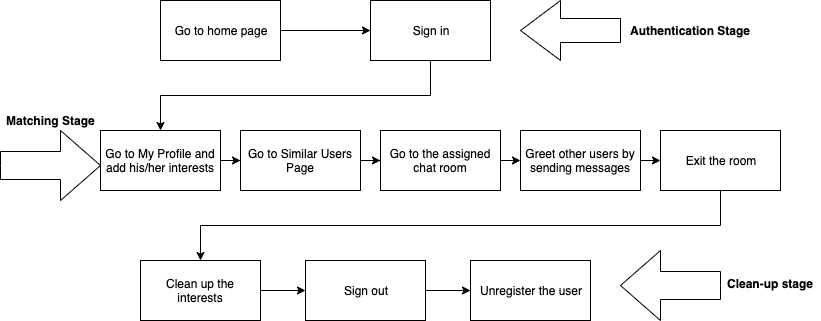
This is tsung/Critical Path.png from scalableinternetservicesarchive/arkamatch, a draw.io export, as it was before one commit. Source tidied: cells renumbered, new cells last; positions are measured from the earlier drawing's top-left corner, leaving out a move shared by most shapes.
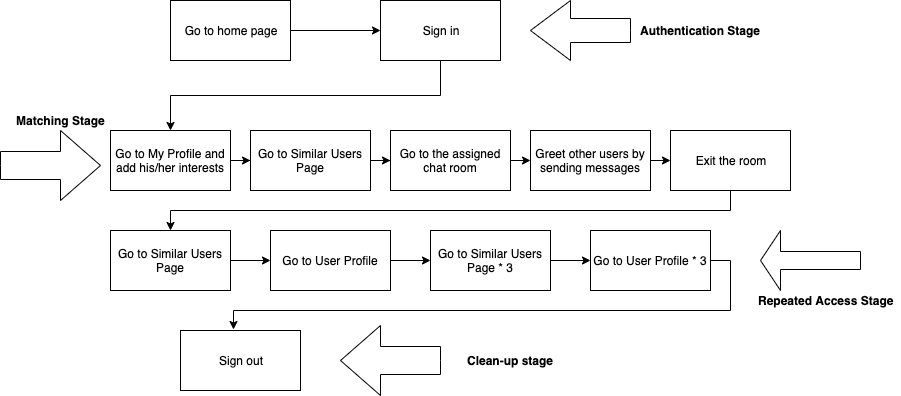
The same file after the commit.

Commit message:
Added Repeated Access Stage to measure memcache performance; Remove bogus sign in requests

What changed in the source:
```diff
@@ -26,21 +26,12 @@
     <mxCell id="9" value="Greet other users by sending messages" style="rounded=0;whiteSpace=wrap;html=1;" parent="1" vertex="1">
       <mxGeometry x="520" y="130" width="120" height="60" as="geometry" />
     </mxCell>
-    <mxCell id="10" style="edgeStyle=orthogonalEdgeStyle;rounded=0;jettySize=auto;html=1;exitX=0.5;exitY=1;exitDx=0;exitDy=0;entryX=0.5;entryY=0;entryDx=0;entryDy=0;" parent="1" edge="1" source="11" target="13">
-      <mxGeometry relative="1" as="geometry" />
-    </mxCell>
+    <mxCell id="27" style="edgeStyle=orthogonalEdgeStyle;rounded=0;jettySize=auto;html=1;exitX=0.5;exitY=1;exitDx=0;exitDy=0;" parent="1" edge="1" source="11" target="29">
+      <mxGeometry relative="1" as="geometry" />
+    </mxCell>
     <mxCell id="11" value="Exit the room" style="rounded=0;whiteSpace=wrap;html=1;" parent="1" vertex="1">
       <mxGeometry x="660" y="130" width="120" height="60" as="geometry" />
     </mxCell>
-    <mxCell id="12" style="edgeStyle=orthogonalEdgeStyle;rounded=0;jettySize=auto;html=1;exitX=1;exitY=0.5;exitDx=0;exitDy=0;" parent="1" edge="1" source="21" target="14">
-      <mxGeometry relative="1" as="geometry" />
-    </mxCell>
-    <mxCell id="13" value="Clean up the interests" style="rounded=0;whiteSpace=wrap;html=1;" parent="1" vertex="1">
-      <mxGeometry x="140" y="260" width="120" height="60" as="geometry" />
-    </mxCell>
-    <mxCell id="14" value="Unregister the user" style="rounded=0;whiteSpace=wrap;html=1;" parent="1" vertex="1">
-      <mxGeometry x="470" y="260" width="120" height="60" as="geometry" />
-    </mxCell>
     <mxCell id="15" style="html=1;shadow=0;dashed=0;align=center;verticalAlign=middle;shape=mxgraph.arrows2.arrow;dy=0.6;dx=40;flipH=1;notch=0;" parent="1" vertex="1">
       <mxGeometry x="520" width="100" height="60" as="geometry" />
     </mxCell>
@@ -51,20 +42,14 @@
       <mxGeometry y="110" width="100" height="20" as="geometry" />
     </mxCell>
     <mxCell id="18" style="html=1;shadow=0;dashed=0;align=center;verticalAlign=middle;shape=mxgraph.arrows2.arrow;dy=0.6;dx=40;notch=0;" parent="1" vertex="1">
-      <mxGeometry y="130" width="100" height="70" as="geometry" />
+      <mxGeometry x="-10" y="130" width="100" height="70" as="geometry" />
     </mxCell>
     <mxCell id="19" style="html=1;shadow=0;dashed=0;align=center;verticalAlign=middle;shape=mxgraph.arrows2.arrow;dy=0.6;dx=40;flipH=1;notch=0;" parent="1" vertex="1">
-      <mxGeometry x="620" y="250" width="100" height="70" as="geometry" />
+      <mxGeometry x="330" y="325" width="100" height="70" as="geometry" />
     </mxCell>
     <mxCell id="20" value="&lt;b&gt;Clean-up stage&lt;/b&gt;" style="text;html=1;align=center;verticalAlign=middle;" parent="1" vertex="1">
-      <mxGeometry x="720" y="272.5" width="100" height="20" as="geometry" />
+      <mxGeometry x="450" y="350" width="100" height="20" as="geometry" />
     </mxCell>
-    <mxCell id="21" value="Sign out" style="rounded=0;whiteSpace=wrap;html=1;" parent="1" vertex="1">
-      <mxGeometry x="305" y="260" width="120" height="60" as="geometry" />
-    </mxCell>
-    <mxCell id="22" style="edgeStyle=orthogonalEdgeStyle;rounded=0;jettySize=auto;html=1;exitX=1;exitY=0.5;exitDx=0;exitDy=0;" parent="1" edge="1" source="13" target="21">
-      <mxGeometry relative="1" as="geometry" />
-    </mxCell>
     <mxCell id="23" value="&lt;span style=&quot;white-space: normal&quot;&gt;Go to Similar Users Page&lt;/span&gt;" style="rounded=0;whiteSpace=wrap;html=1;" parent="1" vertex="1">
       <mxGeometry x="240" y="130" width="120" height="60" as="geometry" />
     </mxCell>
@@ -77,5 +62,38 @@
     <mxCell id="26" value="Go to home page" style="rounded=0;whiteSpace=wrap;html=1;" parent="1" vertex="1">
       <mxGeometry x="160" width="120" height="60" as="geometry" />
     </mxCell>
+    <mxCell id="28" style="edgeStyle=orthogonalEdgeStyle;rounded=0;jettySize=auto;html=1;exitX=1;exitY=0.5;exitDx=0;exitDy=0;entryX=0;entryY=0.5;entryDx=0;entryDy=0;" parent="1" edge="1" source="29" target="31">
+      <mxGeometry relative="1" as="geometry" />
+    </mxCell>
+    <mxCell id="29" value="Go to Similar Users Page" style="rounded=0;whiteSpace=wrap;html=1;" parent="1" vertex="1">
+      <mxGeometry x="100" y="230" width="120" height="60" as="geometry" />
+    </mxCell>
+    <mxCell id="30" style="edgeStyle=orthogonalEdgeStyle;rounded=0;jettySize=auto;html=1;exitX=1;exitY=0.5;exitDx=0;exitDy=0;" parent="1" edge="1" source="31" target="33">
+      <mxGeometry relative="1" as="geometry" />
+    </mxCell>
+    <mxCell id="31" value="Go to User Profile" style="rounded=0;whiteSpace=wrap;html=1;" parent="1" vertex="1">
+      <mxGeometry x="260" y="230" width="120" height="60" as="geometry" />
+    </mxCell>
+    <mxCell id="32" style="edgeStyle=orthogonalEdgeStyle;rounded=0;jettySize=auto;html=1;exitX=1;exitY=0.5;exitDx=0;exitDy=0;entryX=0;entryY=0.5;entryDx=0;entryDy=0;" parent="1" edge="1" source="33" target="35">
+      <mxGeometry relative="1" as="geometry" />
+    </mxCell>
+    <mxCell id="33" value="Go to Similar Users Page * 3" style="rounded=0;whiteSpace=wrap;html=1;" parent="1" vertex="1">
+      <mxGeometry x="420" y="230" width="120" height="60" as="geometry" />
+    </mxCell>
+    <mxCell id="34" style="edgeStyle=orthogonalEdgeStyle;rounded=0;jettySize=auto;html=1;exitX=1;exitY=0.5;exitDx=0;exitDy=0;entryX=0.442;entryY=-0.017;entryDx=0;entryDy=0;entryPerimeter=0;" parent="1" edge="1" source="35" target="21">
+      <mxGeometry relative="1" as="geometry" />
+    </mxCell>
+    <mxCell id="35" value="Go to User Profile * 3" style="rounded=0;whiteSpace=wrap;html=1;" parent="1" vertex="1">
+      <mxGeometry x="580" y="230" width="120" height="60" as="geometry" />
+    </mxCell>
+    <mxCell id="21" value="Sign out" style="rounded=0;whiteSpace=wrap;html=1;" parent="1" vertex="1">
+      <mxGeometry x="170" y="330" width="120" height="60" as="geometry" />
+    </mxCell>
+    <mxCell id="36" style="shape=singleArrow;direction=west;whiteSpace=wrap;html=1;" parent="1" vertex="1">
+      <mxGeometry x="750" y="230" width="100" height="60" as="geometry" />
+    </mxCell>
+    <mxCell id="37" value="&lt;b&gt;Repeated Access Stage&lt;/b&gt;" style="text;html=1;align=center;verticalAlign=middle;" parent="1" vertex="1">
+      <mxGeometry x="740" y="290" width="150" height="20" as="geometry" />
+    </mxCell>
   </root>
 </mxGraphModel>
```
